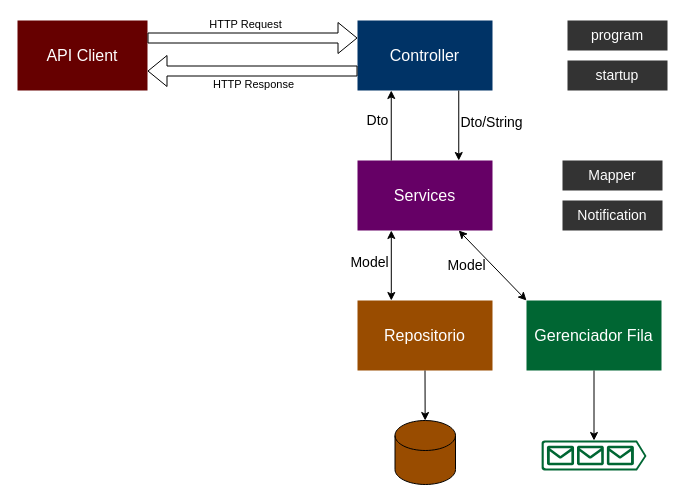
The draw.io diagram doc/solution.drawio in casje/labs-xunit, before the edit. Source tidied: cells renumbered, new cells numbered last; positions are measured from the earlier drawing's top-left corner, leaving out a move shared by most shapes. Both pictures are drawn from the tidied source at 100%, with x=0, y=0 at pixel (17, 20).
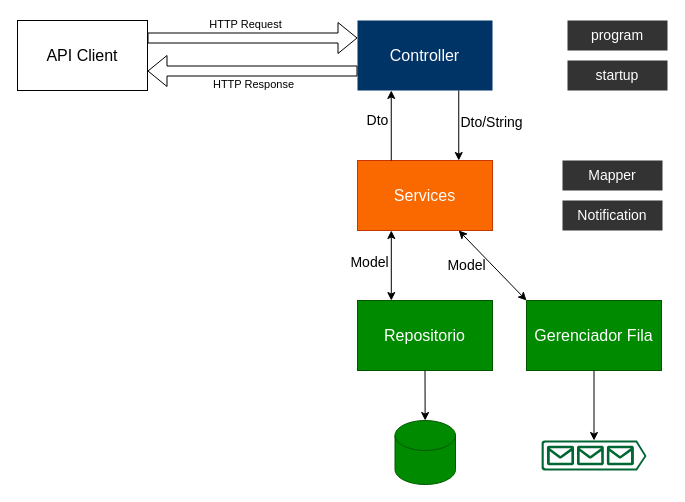
The same page after the edit.

Diff of the diagram source:
```diff
@@
-    <mxCell id="2" value="API Client" style="rounded=0;whiteSpace=wrap;html=1;fontColor=#ffffff;strokeColor=none;fontSize=16;fillColor=#660000;" parent="1" vertex="1">
+    <mxCell id="2" value="API Client" style="rounded=0;whiteSpace=wrap;html=1;fontSize=16;" parent="1" vertex="1">
       <mxGeometry width="130" height="70" as="geometry" />
     </mxCell>
@@
-    <mxCell id="6" value="Services" style="rounded=0;whiteSpace=wrap;html=1;strokeColor=none;fontSize=16;fillColor=#660066;fontColor=#FFFFFF;" parent="1" vertex="1">
+    <mxCell id="6" value="Services" style="rounded=0;whiteSpace=wrap;html=1;strokeColor=#C73500;fontSize=16;fillColor=#fa6800;fontColor=#ffffff;" parent="1" vertex="1">
       <mxGeometry x="340" y="140" width="135" height="70" as="geometry" />
     </mxCell>
-    <mxCell id="7" value="Repositorio" style="rounded=0;whiteSpace=wrap;html=1;strokeColor=none;fontSize=16;fillColor=#994C00;fontColor=#FFFFFF;" parent="1" vertex="1">
+    <mxCell id="7" value="Repositorio" style="rounded=0;whiteSpace=wrap;html=1;strokeColor=#005700;fontSize=16;fillColor=#008a00;fontColor=#ffffff;" parent="1" vertex="1">
       <mxGeometry x="340" y="280" width="135" height="70" as="geometry" />
     </mxCell>
-    <mxCell id="8" value="Gerenciador Fila" style="rounded=0;whiteSpace=wrap;html=1;strokeColor=none;fontSize=16;fillColor=#006633;fontColor=#FFFFFF;" parent="1" vertex="1">
+    <mxCell id="8" value="Gerenciador Fila" style="rounded=0;whiteSpace=wrap;html=1;strokeColor=#005700;fontSize=16;fillColor=#008a00;fontColor=#ffffff;" parent="1" vertex="1">
       <mxGeometry x="509" y="280" width="135" height="70" as="geometry" />
     </mxCell>
-    <mxCell id="9" style="shape=cylinder3;whiteSpace=wrap;html=1;boundedLbl=1;backgroundOutline=1;size=15;fontSize=16;fillColor=#994C00;" parent="1" vertex="1">
+    <mxCell id="9" style="shape=cylinder3;whiteSpace=wrap;html=1;boundedLbl=1;backgroundOutline=1;size=15;fontSize=16;fillColor=#008a00;strokeColor=#005700;fontColor=#ffffff;" parent="1" vertex="1">
       <mxGeometry x="377.5" y="400" width="60.5" height="64" as="geometry" />
     </mxCell>
```
